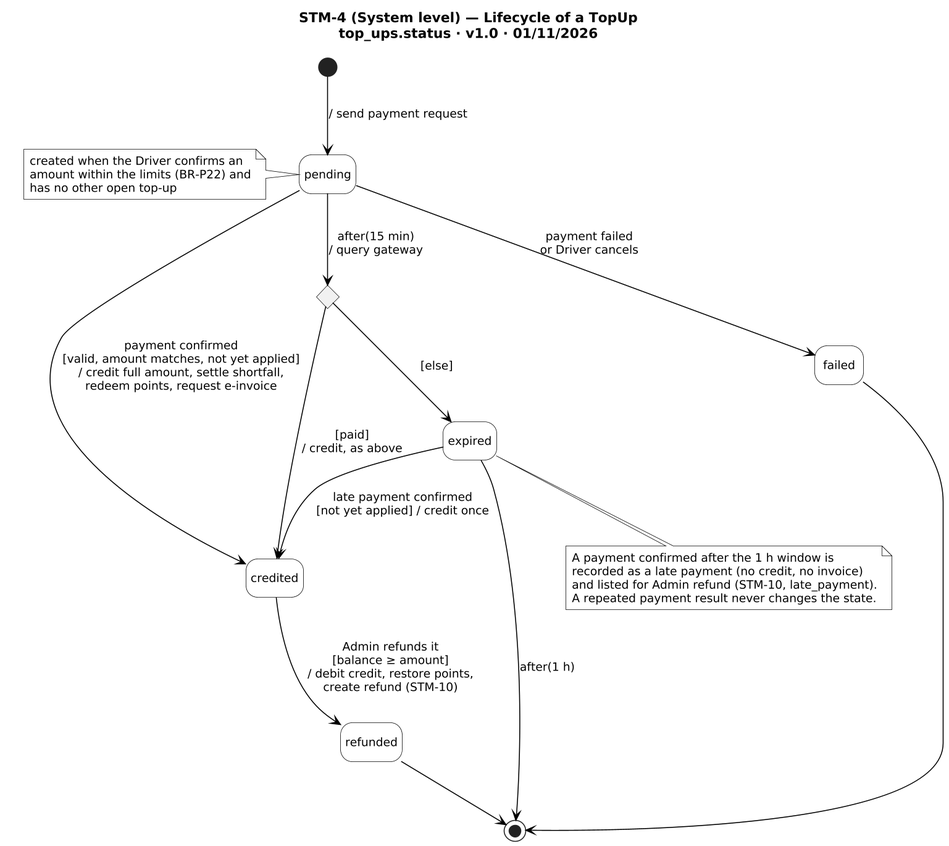
Before: diagrams/report4/state/STM-4/STM-4.png, a diagram exported from PlantUML (PowerMeApp/powerme).
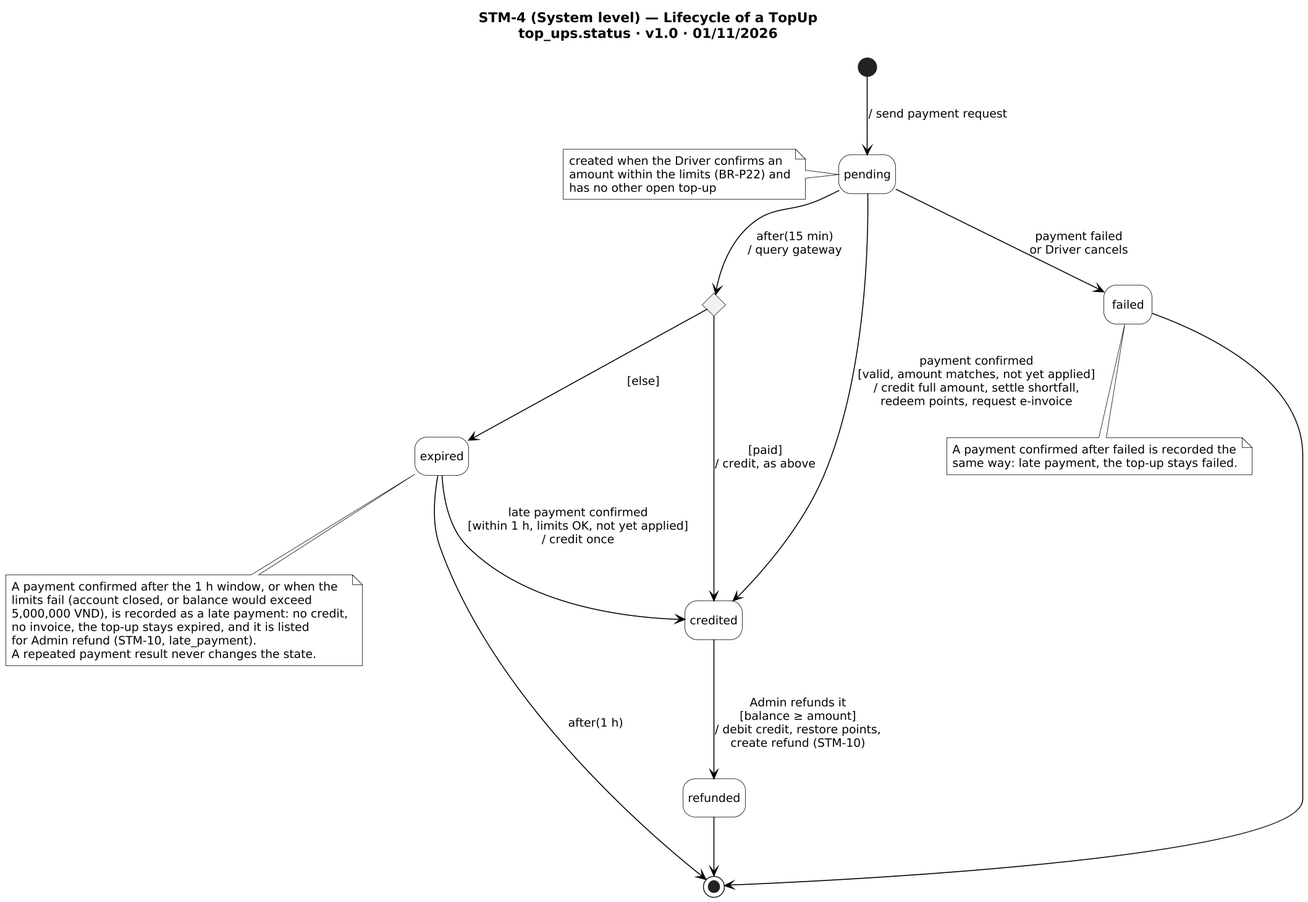
After the commit.

Commit message:
docs(docs): stm-4 theo code, guard tra tre gom cua so 1 gio va han muc, ghi chu khoan tre o failed  [T91]

The edit, as a diff of the source:
```diff
@@ -14,15 +14,21 @@
 pending --> c1 : after(15 min)\n/ query gateway
 c1 --> credited : [paid]\n/ credit, as above
 c1 --> expired : [else]
-expired --> credited : late payment confirmed\n[not yet applied] / credit once
+expired --> credited : late payment confirmed\n[within 1 h, limits OK, not yet applied]\n/ credit once
 expired --> [*] : after(1 h)
 credited --> refunded : Admin refunds it\n[balance ≥ amount]\n/ debit credit, restore points,\ncreate refund (STM-10)
 failed --> [*]
 refunded --> [*]
 note bottom of expired
-  A payment confirmed after the 1 h window is
-  recorded as a late payment (no credit, no invoice)
-  and listed for Admin refund (STM-10, late_payment).
+  A payment confirmed after the 1 h window, or when the
+  limits fail (account closed, or balance would exceed
+  5,000,000 VND), is recorded as a late payment: no credit,
+  no invoice, the top-up stays expired, and it is listed
+  for Admin refund (STM-10, late_payment).
   A repeated payment result never changes the state.
 end note
+note bottom of failed
+  A payment confirmed after failed is recorded the
+  same way: late payment, the top-up stays failed.
+end note
 @enduml
```
